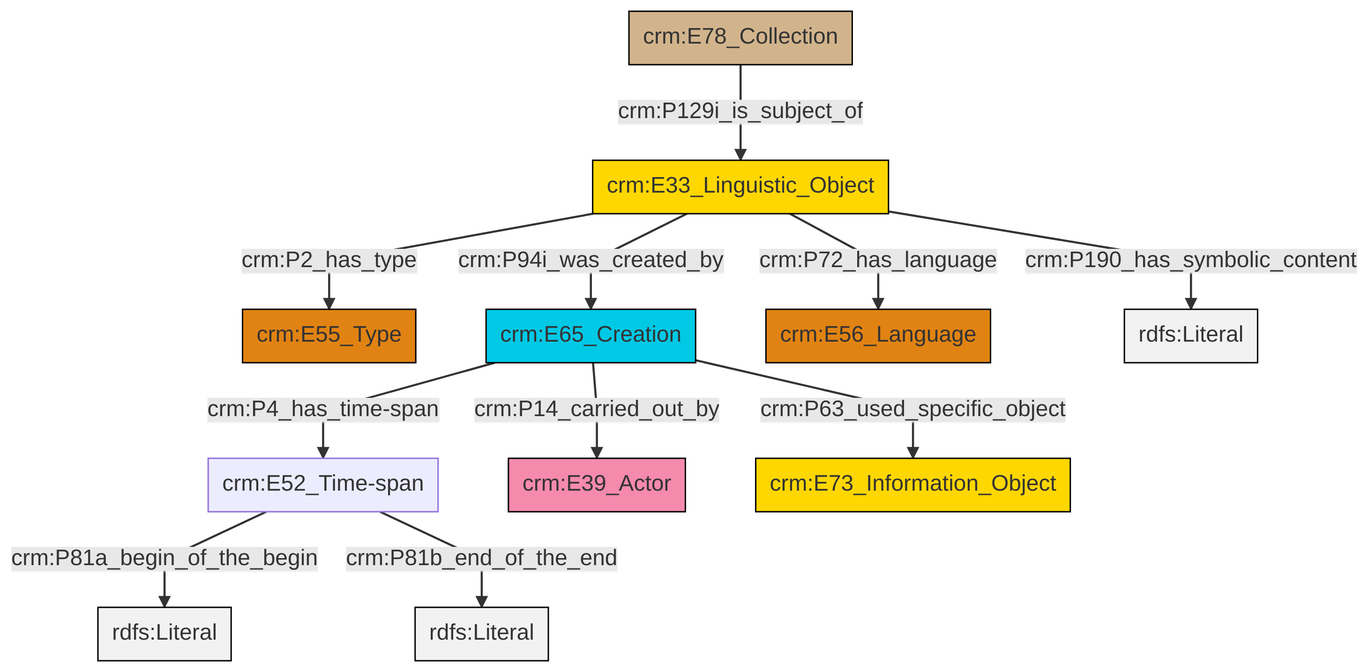
Above: et/archivalCSV/ttl/mmd/png/archival_desc.png in swiss-art-research-net/docs.swissartresearch (Mermaid), before the change. Its source is kept beside it as et/archivalCSV/ttl/mmd/archival_desc.ttl.mmd.
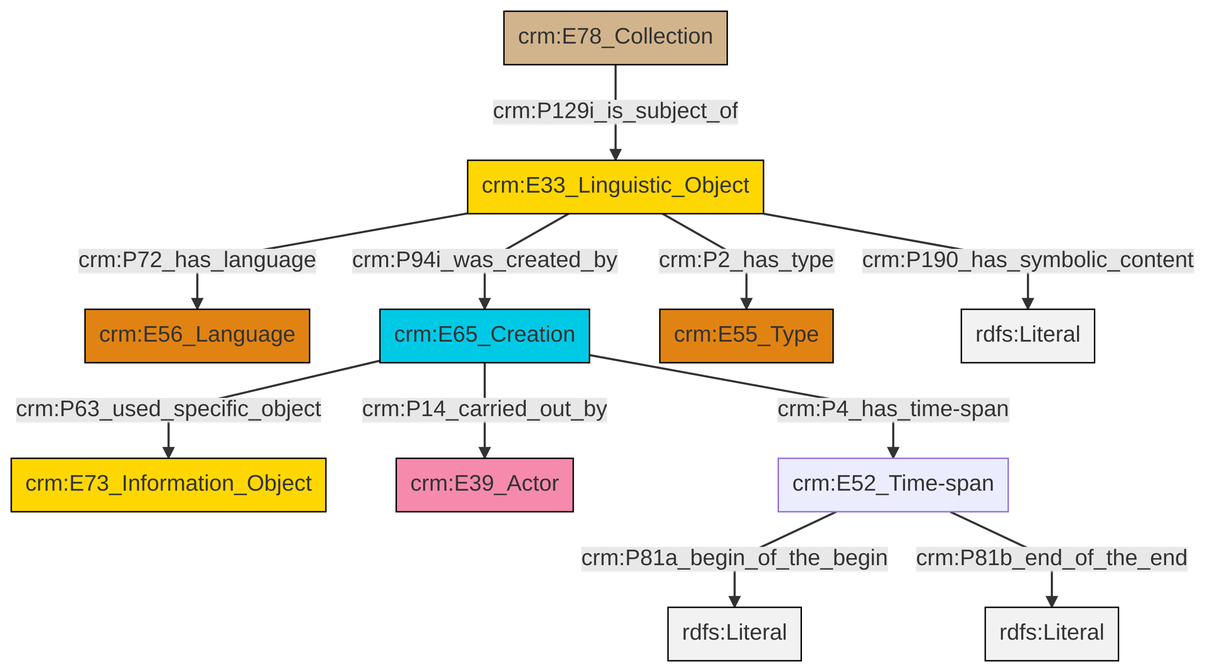
The same file after the commit.

The edit, as a diff of the source:
```diff
@@ -13,13 +13,13 @@
 classDef PC_Classes fill:#4ce600, stroke:#000000;
 classDef Multi fill:#cccccc,stroke:#000000;
 
-2["crm:E65_Creation"]:::Temporal_Entity -->|crm:P4_has_time-span| 3["crm:E52_Time-span"]:::Default
-3["crm:E52_Time-span"]:::Default -->|crm:P81a_begin_of_the_begin| 4[rdfs:Literal]:::Literal
-5["crm:E33_Linguistic_Object"]:::Conceptual_Object -->|crm:P72_has_language| 7["crm:E56_Language"]:::Type
-2["crm:E65_Creation"]:::Temporal_Entity -->|crm:P14_carried_out_by| 8["crm:E39_Actor"]:::Actor
-10["crm:E78_Collection"]:::Physical_Thing -->|crm:P129i_is_subject_of| 5["crm:E33_Linguistic_Object"]:::Conceptual_Object
-5["crm:E33_Linguistic_Object"]:::Conceptual_Object -->|crm:P94i_was_created_by| 2["crm:E65_Creation"]:::Temporal_Entity
-2["crm:E65_Creation"]:::Temporal_Entity -->|crm:P63_used_specific_object| 13["crm:E73_Information_Object"]:::Conceptual_Object
-3["crm:E52_Time-span"]:::Default -->|crm:P81b_end_of_the_end| 15[rdfs:Literal]:::Literal
-5["crm:E33_Linguistic_Object"]:::Conceptual_Object -->|crm:P2_has_type| 0["crm:E55_Type"]:::Type
-5["crm:E33_Linguistic_Object"]:::Conceptual_Object -->|crm:P190_has_symbolic_content| 17[rdfs:Literal]:::Literal
+0["crm:E78_Collection"]:::Physical_Thing -->|crm:P129i_is_subject_of| 1["crm:E33_Linguistic_Object"]:::Conceptual_Object
+1["crm:E33_Linguistic_Object"]:::Conceptual_Object -->|crm:P72_has_language| 3["crm:E56_Language"]:::Type
+4["crm:E65_Creation"]:::Temporal_Entity -->|crm:P63_used_specific_object| 5["crm:E73_Information_Object"]:::Conceptual_Object
+1["crm:E33_Linguistic_Object"]:::Conceptual_Object -->|crm:P94i_was_created_by| 4["crm:E65_Creation"]:::Temporal_Entity
+4["crm:E65_Creation"]:::Temporal_Entity -->|crm:P14_carried_out_by| 9["crm:E39_Actor"]:::Actor
+1["crm:E33_Linguistic_Object"]:::Conceptual_Object -->|crm:P190_has_symbolic_content| 15[rdfs:Literal]:::Literal
+11["crm:E52_Time-span"]:::Default -->|crm:P81a_begin_of_the_begin| 16[rdfs:Literal]:::Literal
+4["crm:E65_Creation"]:::Temporal_Entity -->|crm:P4_has_time-span| 11["crm:E52_Time-span"]:::Default
+1["crm:E33_Linguistic_Object"]:::Conceptual_Object -->|crm:P2_has_type| 6["crm:E55_Type"]:::Type
+11["crm:E52_Time-span"]:::Default -->|crm:P81b_end_of_the_end| 18[rdfs:Literal]:::Literal
```
